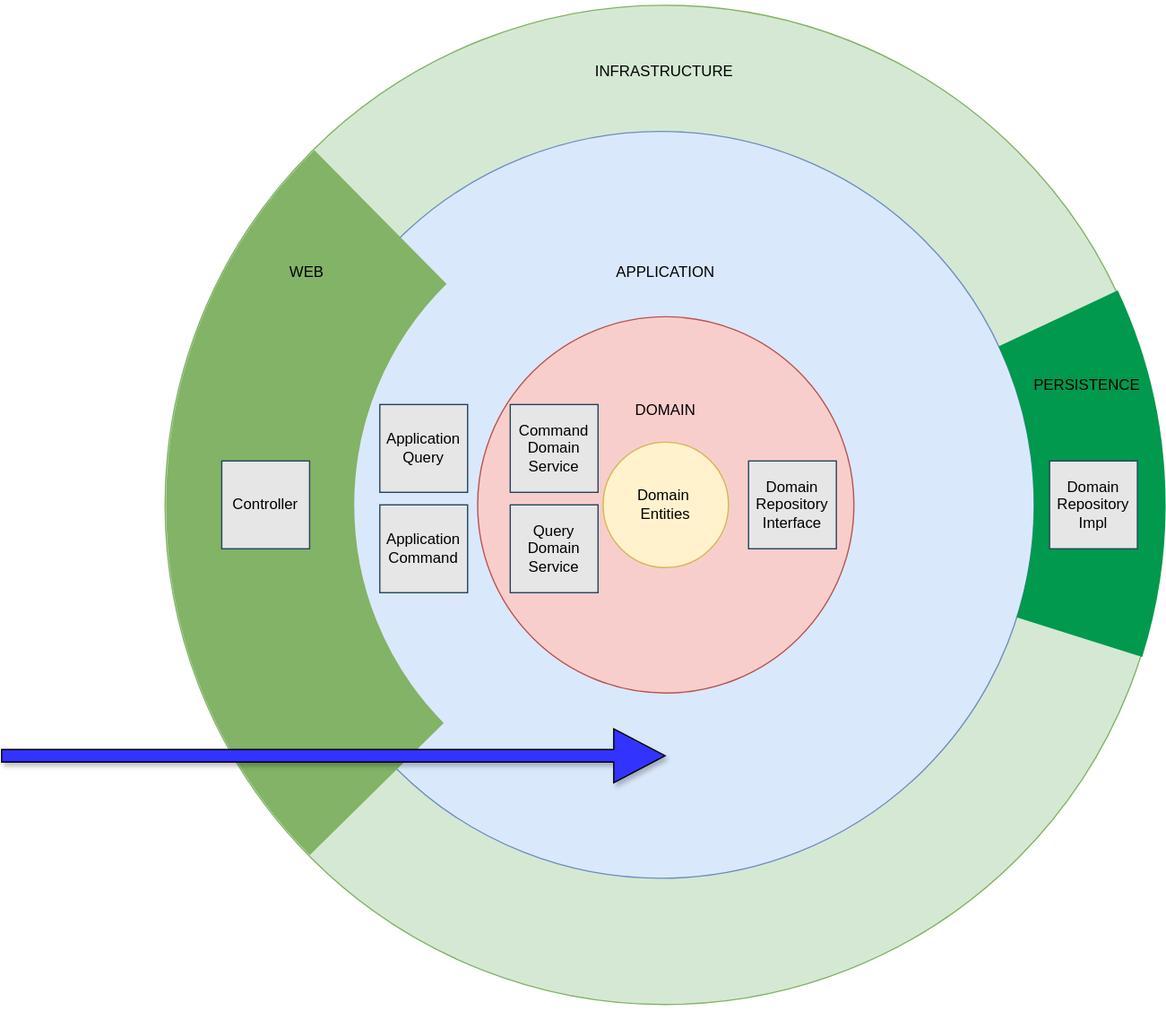
This is docs/src/main/antora/modules/ways-of-working/images/explanation/architecture/onion_architecture.drawio.svg from bitsmi-blog/springboot-showcase, a draw.io export, as it was before one commit. Source tidied: cells renumbered, new cells last; positions are measured from the earlier drawing's top-left corner, leaving out a move shared by most shapes. The source it was exported from:
```xml
<mxGraphModel>
  <root>
    <mxCell id="0" />
    <mxCell id="1" parent="0" />
    <mxCell id="2" style="ellipse;whiteSpace=wrap;html=1;fillColor=#d5e8d4;strokeColor=#82b366;" parent="1" vertex="1">
      <mxGeometry x="130.8" y="-0.3" width="796.6" height="796.6" as="geometry" />
    </mxCell>
    <mxCell id="3" style="ellipse;whiteSpace=wrap;html=1;fillColor=#dae8fc;strokeColor=#6c8ebf;" parent="1" vertex="1">
      <mxGeometry x="228.3" y="100.3" width="595.4" height="595.4" as="geometry" />
    </mxCell>
    <mxCell id="4" style="ellipse;whiteSpace=wrap;html=1;fillColor=#f8cecc;strokeColor=#b85450;" parent="1" vertex="1">
      <mxGeometry x="380" y="248" width="300" height="300" as="geometry" />
    </mxCell>
    <mxCell id="5" value="Query Domain Service" style="rounded=0;whiteSpace=wrap;html=1;fillColor=#E6E6E6;strokeColor=#23445d;" parent="1" vertex="1">
      <mxGeometry x="406" y="398" width="70" height="70" as="geometry" />
    </mxCell>
    <mxCell id="6" value="Command Domain Service" style="rounded=0;whiteSpace=wrap;html=1;fillColor=#E6E6E6;strokeColor=#23445d;" parent="1" vertex="1">
      <mxGeometry x="406" y="318" width="70" height="70" as="geometry" />
    </mxCell>
    <mxCell id="7" value="Domain Repository Interface" style="rounded=0;whiteSpace=wrap;html=1;fillColor=#E6E6E6;strokeColor=#23445d;" parent="1" vertex="1">
      <mxGeometry x="596" y="363" width="70" height="70" as="geometry" />
    </mxCell>
    <mxCell id="8" value="DOMAIN" style="text;html=1;align=center;verticalAlign=middle;whiteSpace=wrap;rounded=0;" parent="1" vertex="1">
      <mxGeometry x="500" y="308" width="60" height="30" as="geometry" />
    </mxCell>
    <mxCell id="9" value="APPLICATION" style="text;html=1;align=center;verticalAlign=middle;whiteSpace=wrap;rounded=0;" parent="1" vertex="1">
      <mxGeometry x="500" y="198" width="60" height="30" as="geometry" />
    </mxCell>
    <mxCell id="10" value="Domain&amp;nbsp;&lt;div&gt;Entities&lt;/div&gt;" style="ellipse;whiteSpace=wrap;html=1;fillColor=#fff2cc;strokeColor=#d6b656;" parent="1" vertex="1">
      <mxGeometry x="480" y="348" width="100" height="100" as="geometry" />
    </mxCell>
    <mxCell id="11" value="Application Query" style="rounded=0;whiteSpace=wrap;html=1;fillColor=#E6E6E6;strokeColor=#23445d;" parent="1" vertex="1">
      <mxGeometry x="302" y="318" width="70" height="70" as="geometry" />
    </mxCell>
    <mxCell id="12" value="Application Command" style="rounded=0;whiteSpace=wrap;html=1;fillColor=#E6E6E6;strokeColor=#23445d;" parent="1" vertex="1">
      <mxGeometry x="302" y="398" width="70" height="70" as="geometry" />
    </mxCell>
    <mxCell id="13" value="INFRASTRUCTURE" style="text;html=1;align=center;verticalAlign=middle;whiteSpace=wrap;rounded=0;" parent="1" vertex="1">
      <mxGeometry x="499.1" y="38" width="60" height="30" as="geometry" />
    </mxCell>
    <mxCell id="14" style="verticalLabelPosition=bottom;verticalAlign=top;html=1;shape=mxgraph.basic.arc;strokeColor=#82b366;strokeWidth=150;startAngle=0.62604021357423;endAngle=0.8760009612871867;fillColor=#d5e8d4;" parent="1" vertex="1">
      <mxGeometry x="206.6" y="75.5" width="645" height="645" as="geometry" />
    </mxCell>
    <mxCell id="15" value="WEB" style="text;html=1;align=center;verticalAlign=middle;whiteSpace=wrap;rounded=0;" parent="1" vertex="1">
      <mxGeometry x="213.7" y="198" width="60" height="30" as="geometry" />
    </mxCell>
    <mxCell id="16" value="Controller" style="rounded=0;whiteSpace=wrap;html=1;fillColor=#E6E6E6;strokeColor=#23445d;" parent="1" vertex="1">
      <mxGeometry x="176" y="363" width="70" height="70" as="geometry" />
    </mxCell>
    <mxCell id="17" style="verticalLabelPosition=bottom;verticalAlign=top;html=1;shape=mxgraph.basic.arc;strokeColor=#00994D;strokeWidth=105;startAngle=0.18015337324811403;endAngle=0.29868213437145247;fillColor=#006600;" parent="1" vertex="1">
      <mxGeometry x="176" y="48" width="700" height="700" as="geometry" />
    </mxCell>
    <mxCell id="18" value="PERSISTENCE" style="text;html=1;align=center;verticalAlign=middle;whiteSpace=wrap;rounded=0;" parent="1" vertex="1">
      <mxGeometry x="836" y="288" width="60" height="30" as="geometry" />
    </mxCell>
    <mxCell id="19" value="Domain Repository Impl" style="rounded=0;whiteSpace=wrap;html=1;fillColor=#E6E6E6;strokeColor=#23445d;" parent="1" vertex="1">
      <mxGeometry x="836" y="363" width="70" height="70" as="geometry" />
    </mxCell>
    <mxCell id="20" style="shape=flexArrow;endArrow=classic;html=1;rounded=0;shadow=1;fillColor=#3333FF;endWidth=32;endSize=13.33;" parent="1" edge="1">
      <mxGeometry relative="1" as="geometry">
        <mxPoint y="598" as="sourcePoint" />
        <mxPoint x="530" y="598" as="targetPoint" />
      </mxGeometry>
    </mxCell>
  </root>
</mxGraphModel>
```
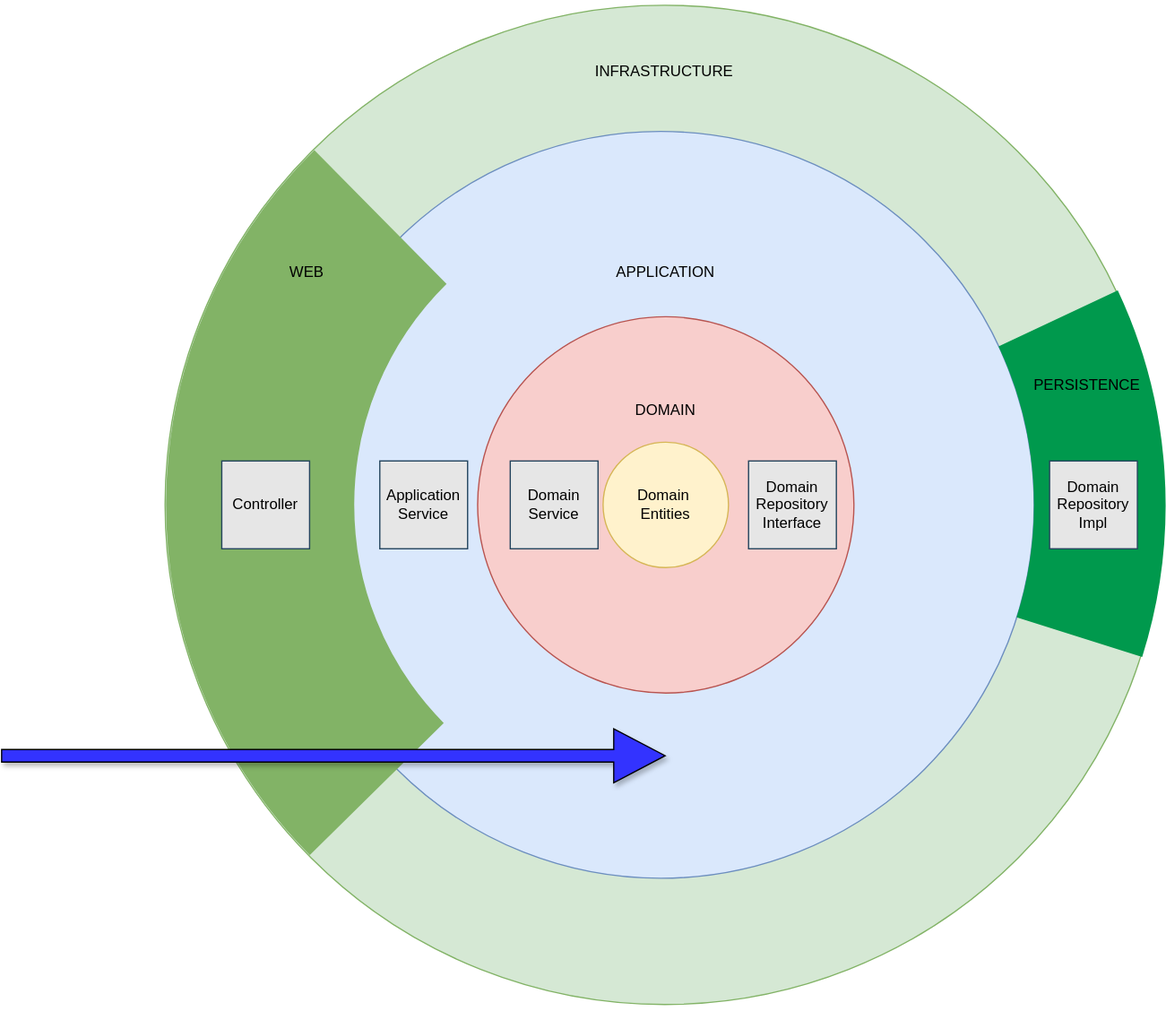
After the change.

Change to the diagram source:
```diff
@@ -11,12 +11,9 @@
     <mxCell id="4" style="ellipse;whiteSpace=wrap;html=1;fillColor=#f8cecc;strokeColor=#b85450;" parent="1" vertex="1">
       <mxGeometry x="380" y="248" width="300" height="300" as="geometry" />
     </mxCell>
-    <mxCell id="5" value="Query Domain Service" style="rounded=0;whiteSpace=wrap;html=1;fillColor=#E6E6E6;strokeColor=#23445d;" parent="1" vertex="1">
-      <mxGeometry x="406" y="398" width="70" height="70" as="geometry" />
+    <mxCell id="5" value="Domain&lt;div&gt;Service&lt;/div&gt;" style="rounded=0;whiteSpace=wrap;html=1;fillColor=#E6E6E6;strokeColor=#23445d;" parent="1" vertex="1">
+      <mxGeometry x="406" y="363" width="70" height="70" as="geometry" />
     </mxCell>
-    <mxCell id="6" value="Command Domain Service" style="rounded=0;whiteSpace=wrap;html=1;fillColor=#E6E6E6;strokeColor=#23445d;" parent="1" vertex="1">
-      <mxGeometry x="406" y="318" width="70" height="70" as="geometry" />
-    </mxCell>
     <mxCell id="7" value="Domain Repository Interface" style="rounded=0;whiteSpace=wrap;html=1;fillColor=#E6E6E6;strokeColor=#23445d;" parent="1" vertex="1">
       <mxGeometry x="596" y="363" width="70" height="70" as="geometry" />
     </mxCell>
@@ -29,12 +26,9 @@
     <mxCell id="10" value="Domain&amp;nbsp;&lt;div&gt;Entities&lt;/div&gt;" style="ellipse;whiteSpace=wrap;html=1;fillColor=#fff2cc;strokeColor=#d6b656;" parent="1" vertex="1">
       <mxGeometry x="480" y="348" width="100" height="100" as="geometry" />
     </mxCell>
-    <mxCell id="11" value="Application Query" style="rounded=0;whiteSpace=wrap;html=1;fillColor=#E6E6E6;strokeColor=#23445d;" parent="1" vertex="1">
-      <mxGeometry x="302" y="318" width="70" height="70" as="geometry" />
+    <mxCell id="11" value="Application&lt;div&gt;Service&lt;/div&gt;" style="rounded=0;whiteSpace=wrap;html=1;fillColor=#E6E6E6;strokeColor=#23445d;" parent="1" vertex="1">
+      <mxGeometry x="302" y="363" width="70" height="70" as="geometry" />
     </mxCell>
-    <mxCell id="12" value="Application Command" style="rounded=0;whiteSpace=wrap;html=1;fillColor=#E6E6E6;strokeColor=#23445d;" parent="1" vertex="1">
-      <mxGeometry x="302" y="398" width="70" height="70" as="geometry" />
-    </mxCell>
     <mxCell id="13" value="INFRASTRUCTURE" style="text;html=1;align=center;verticalAlign=middle;whiteSpace=wrap;rounded=0;" parent="1" vertex="1">
       <mxGeometry x="499.1" y="38" width="60" height="30" as="geometry" />
     </mxCell>
```
